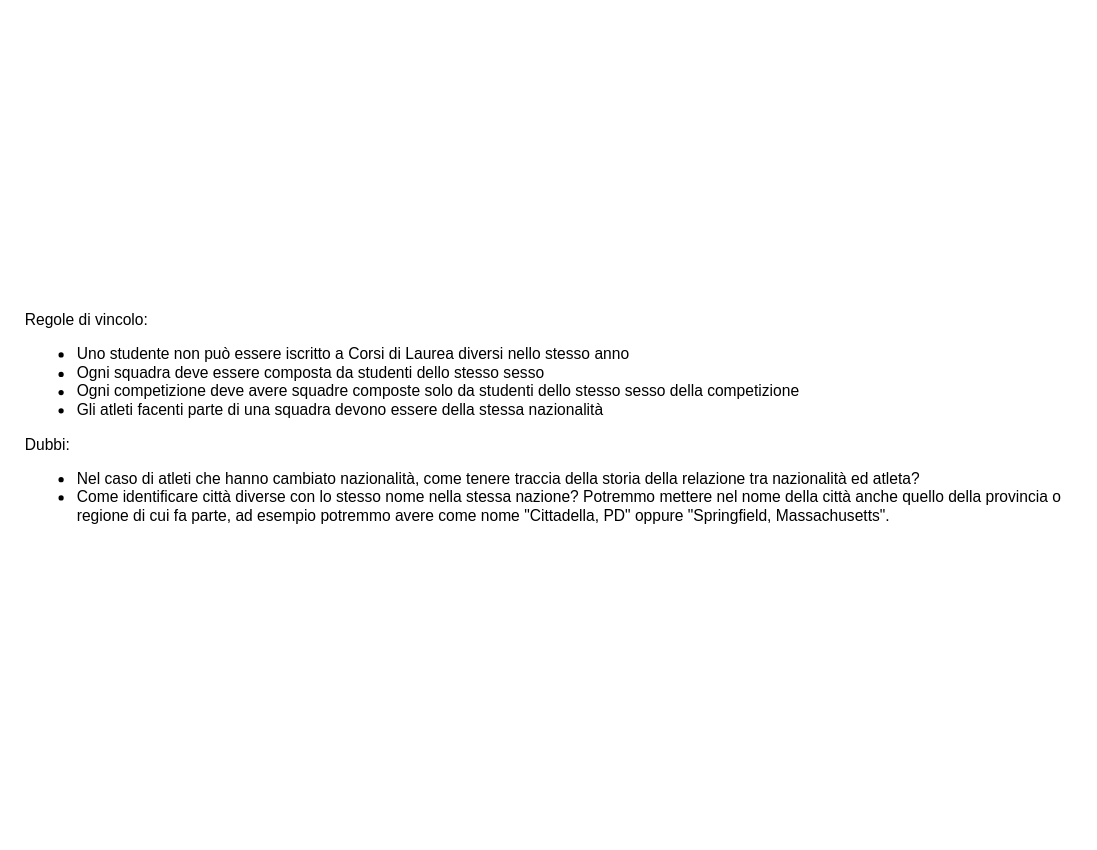
The draw.io diagram page "Regole di vincolo" (3 of 7) of Olimpiadi studentesche.drawio in giovannivelludo/database-project, before the edit. Source tidied: cells renumbered, new cells numbered last; positions are measured from the earlier drawing's top-left corner, leaving out a move shared by most shapes. Both pictures are drawn from the tidied source at 130%, with x=0, y=0 at pixel (22, 22).
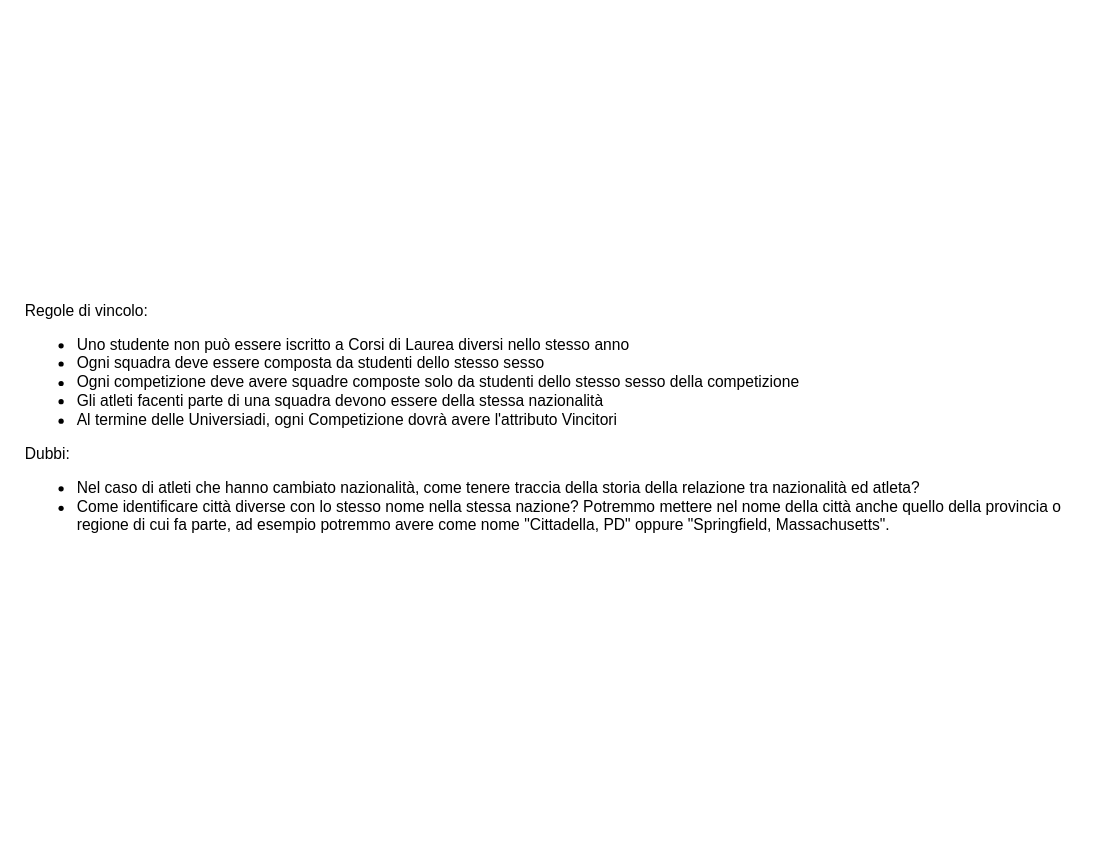
The same diagram, later.

The edit, as a diff of the source:
```diff
@@
 <mxGraphModel>
   <root>
     <mxCell id="0" />
     <mxCell id="1" parent="0" />
-    <mxCell id="2" value="&lt;div&gt;Regole di vincolo:&lt;/div&gt;&lt;div&gt;&lt;ul&gt;&lt;li&gt;Uno studente non può essere iscritto a Corsi di Laurea diversi nello stesso anno&lt;/li&gt;&lt;li&gt;Ogni squadra deve essere composta da studenti dello stesso sesso&lt;/li&gt;&lt;li&gt;Ogni competizione deve avere squadre composte solo da studenti dello stesso sesso della competizione&lt;/li&gt;&lt;li&gt;Gli atleti facenti parte di una squadra devono essere della stessa nazionalità&lt;/li&gt;&lt;/ul&gt;&lt;div&gt;Dubbi:&lt;/div&gt;&lt;div&gt;&lt;ul&gt;&lt;li&gt;Nel caso di atleti che hanno cambiato nazionalità, come tenere traccia della storia della relazione tra nazionalità ed atleta?&lt;/li&gt;&lt;li&gt;Come identificare città diverse con lo stesso nome nella stessa nazione? Potremmo mettere nel nome della città anche quello della provincia o regione di cui fa parte, ad esempio potremmo avere come nome &quot;Cittadella, PD&quot; oppure &quot;Springfield, Massachusetts&quot;.&lt;br&gt;&lt;/li&gt;&lt;/ul&gt;&lt;/div&gt;&lt;/div&gt;" style="text;html=1;strokeColor=none;fillColor=none;align=left;verticalAlign=middle;whiteSpace=wrap;rounded=0;" parent="1" vertex="1">
+    <mxCell id="2" value="&lt;div&gt;Regole di vincolo:&lt;/div&gt;&lt;div&gt;&lt;ul&gt;&lt;li&gt;Uno studente non può essere iscritto a Corsi di Laurea diversi nello stesso anno&lt;/li&gt;&lt;li&gt;Ogni squadra deve essere composta da studenti dello stesso sesso&lt;/li&gt;&lt;li&gt;Ogni competizione deve avere squadre composte solo da studenti dello stesso sesso della competizione&lt;/li&gt;&lt;li&gt;Gli atleti facenti parte di una squadra devono essere della stessa nazionalità&lt;/li&gt;&lt;li&gt;Al termine delle Universiadi, ogni Competizione dovrà avere l'attributo Vincitori&lt;/li&gt;&lt;/ul&gt;&lt;div&gt;Dubbi:&lt;/div&gt;&lt;div&gt;&lt;ul&gt;&lt;li&gt;Nel caso di atleti che hanno cambiato nazionalità, come tenere traccia della storia della relazione tra nazionalità ed atleta?&lt;/li&gt;&lt;li&gt;Come identificare città diverse con lo stesso nome nella stessa nazione? Potremmo mettere nel nome della città anche quello della provincia o regione di cui fa parte, ad esempio potremmo avere come nome &quot;Cittadella, PD&quot; oppure &quot;Springfield, Massachusetts&quot;.&lt;br&gt;&lt;/li&gt;&lt;/ul&gt;&lt;/div&gt;&lt;/div&gt;" style="text;html=1;strokeColor=none;fillColor=none;align=left;verticalAlign=middle;whiteSpace=wrap;rounded=0;" parent="1" vertex="1">
       <mxGeometry width="810" height="620" as="geometry" />
     </mxCell>
   </root>
 </mxGraphModel>
```
